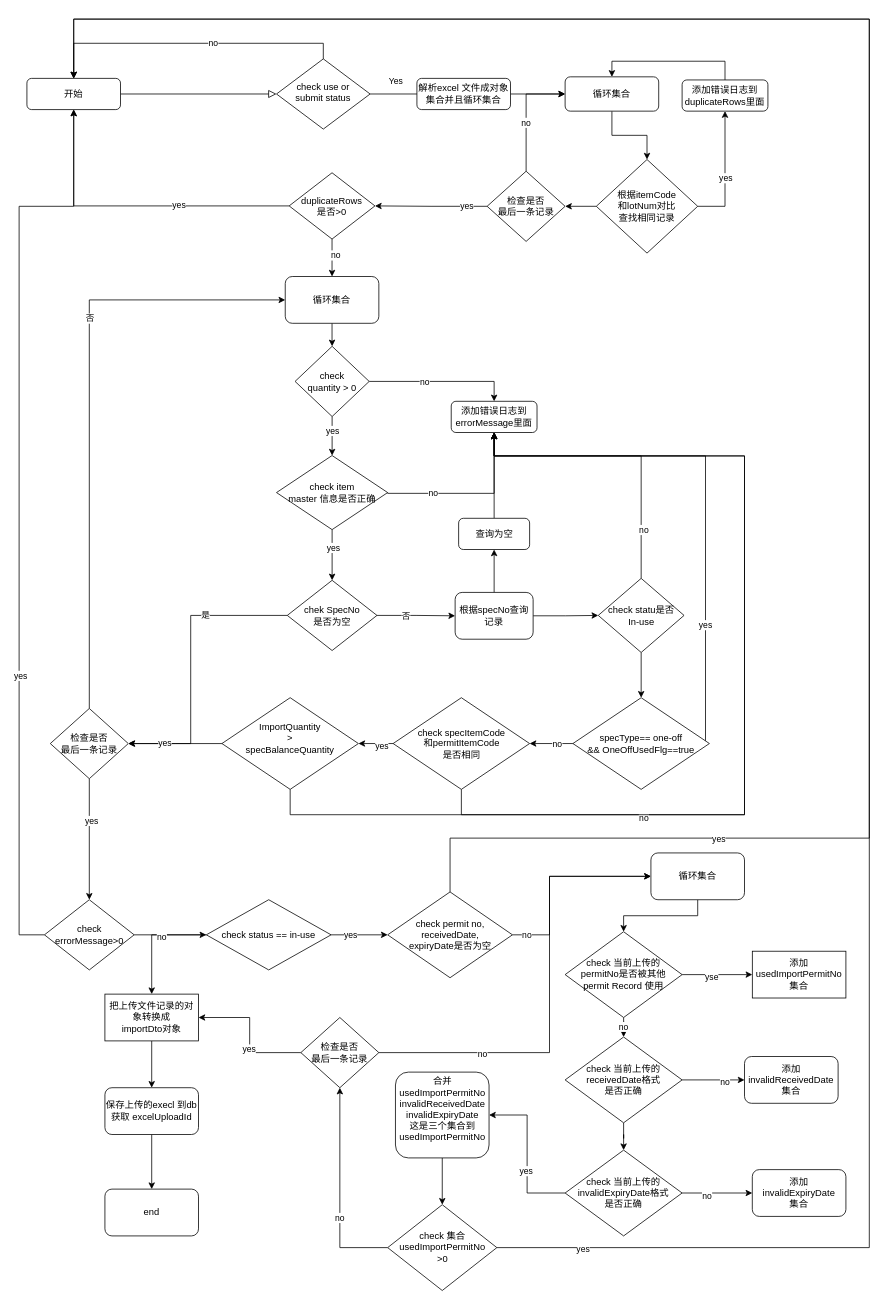
Above: permit-edit.drawio in 1119132473/doc (draw.io), before the change. Source tidied: cells renumbered, new cells numbered last; positions are measured from the earlier drawing's top-left corner, leaving out a move shared by most shapes. Both pictures are drawn from the tidied source at 78%, with x=0, y=0 at pixel (19, 19).
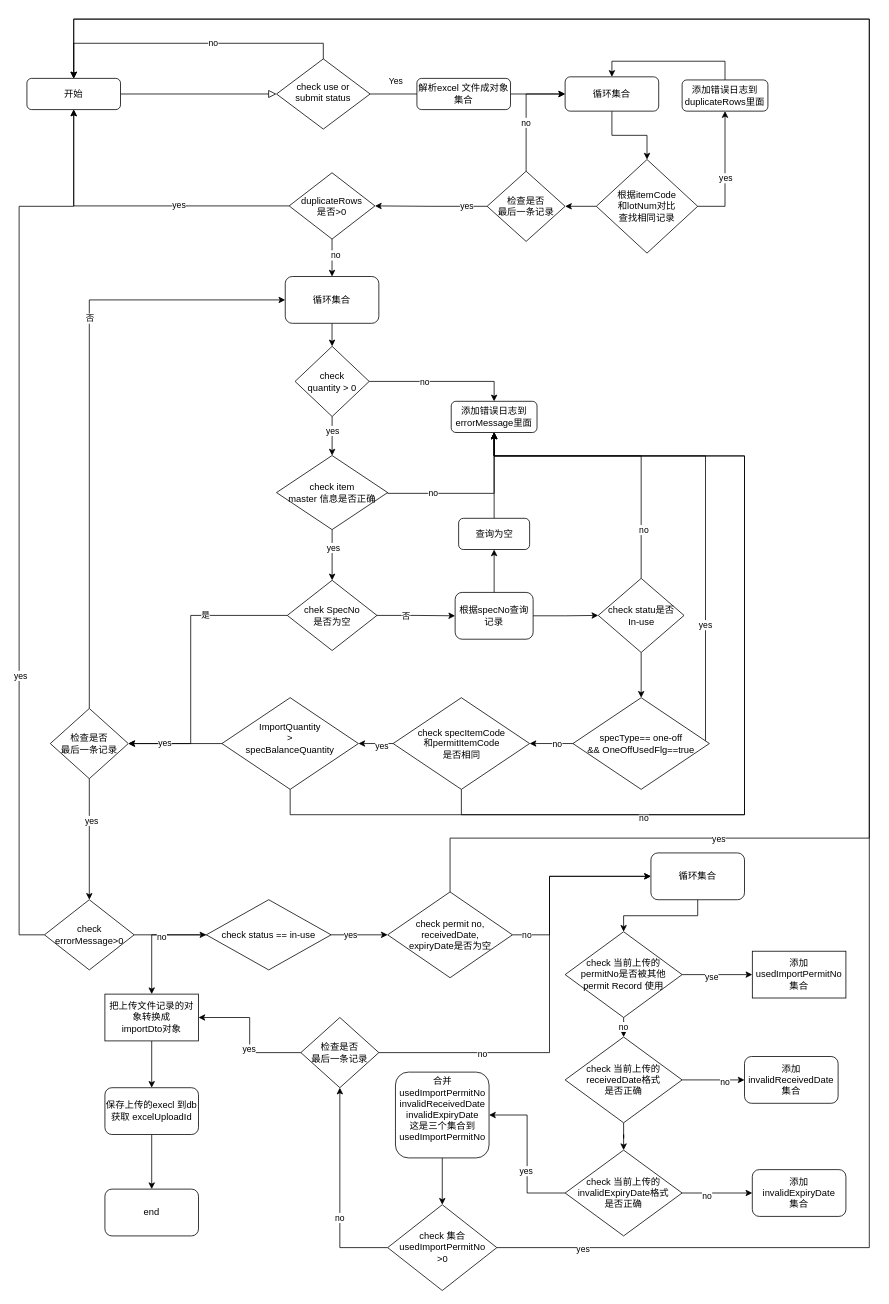
After the change.

The edit, as a diff of the source:
```diff
@@
-    <mxCell id="9" value="解析excel 文件成对象集合并且循环集合" style="rounded=1;whiteSpace=wrap;html=1;fontSize=12;glass=0;strokeWidth=1;shadow=0;" parent="1" vertex="1">
+    <mxCell id="9" value="解析excel 文件成对象集合" style="rounded=1;whiteSpace=wrap;html=1;fontSize=12;glass=0;strokeWidth=1;shadow=0;" parent="1" vertex="1">
       <mxGeometry x="510" y="76" width="120" height="40" as="geometry" />
     </mxCell>
```
